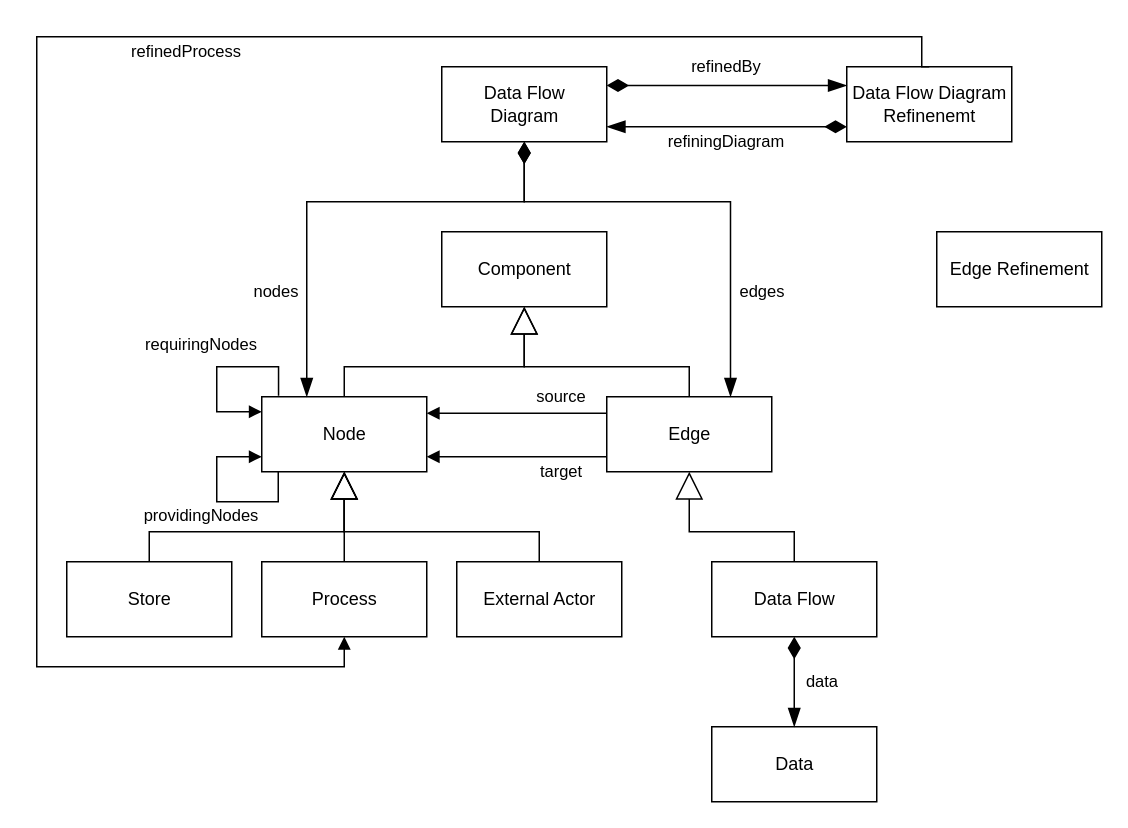
This is page "Seite-5" (5 of 5) of presentation/mm01.drawio from FluidTrust/Palladio-Supporting-DataFlowDiagram, a draw.io file, before an edit. Source tidied: cells renumbered, new cells numbered last; positions are measured from the earlier drawing's top-left corner, leaving out a move shared by most shapes. Both pictures are drawn from the tidied source at 150%, with x=0, y=0 at pixel (36, 36).
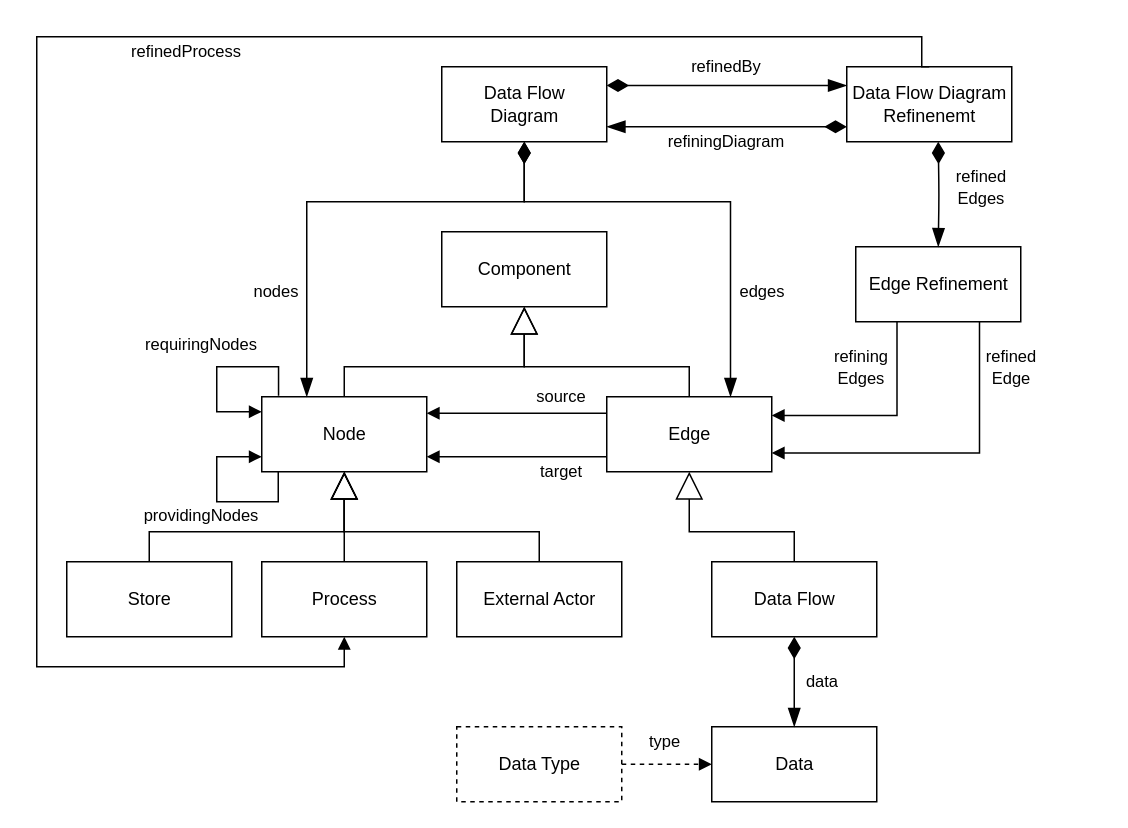
After the change.

Unchanged cells that the change refers to:
```xml
<mxCell id="9" value="Edge" style="html=1;" parent="1" vertex="1">
  <mxGeometry x="380" y="240" width="110" height="50" as="geometry" />
</mxCell>
```

Diff of the diagram source:
```diff
@@
     <mxCell id="38" value="Edge Refinement" style="html=1;" parent="1" vertex="1">
-      <mxGeometry x="600" y="130" width="110" height="50" as="geometry" />
+      <mxGeometry x="546" y="140" width="110" height="50" as="geometry" />
     </mxCell>
+    <mxCell id="39" style="group;" parent="1" vertex="1">
+      <mxGeometry x="280" y="460" width="159" height="50" as="geometry" />
+    </mxCell>
+    <mxCell id="40" value="Data Type" style="html=1;dashed=1;" parent="39" vertex="1">
+      <mxGeometry width="110" height="50" as="geometry" />
+    </mxCell>
+    <mxCell id="41" style="endArrow=block;endFill=1;html=1;edgeStyle=orthogonalEdgeStyle;align=left;verticalAlign=top;exitX=1;exitY=0.5;exitDx=0;exitDy=0;jumpStyle=none;dashed=1;" parent="39" edge="1" source="40">
+      <mxGeometry x="-0.17" y="-21" relative="1" as="geometry">
+        <mxPoint x="170" y="25" as="targetPoint" />
+      </mxGeometry>
+    </mxCell>
+    <mxCell id="42" value="&lt;font style=&quot;font-size: 11px&quot;&gt;type&lt;/font&gt;" style="text;html=1;strokeColor=none;fillColor=none;align=center;verticalAlign=middle;whiteSpace=wrap;rounded=0;" parent="39" vertex="1">
+      <mxGeometry x="119" width="40" height="20" as="geometry" />
+    </mxCell>
+    <mxCell id="43" style="endArrow=blockThin;html=1;endSize=10;startArrow=diamondThin;startSize=12;startFill=1;edgeStyle=orthogonalEdgeStyle;align=left;verticalAlign=bottom;exitX=0.5;exitY=1;exitDx=0;exitDy=0;entryX=0.5;entryY=0;entryDx=0;entryDy=0;endFill=1;" parent="1" edge="1" target="38">
+      <mxGeometry x="-1" y="3" relative="1" as="geometry">
+        <mxPoint x="601" y="70" as="sourcePoint" />
+      </mxGeometry>
+    </mxCell>
+    <mxCell id="44" value="&lt;font style=&quot;font-size: 11px&quot;&gt;refined Edges&lt;/font&gt;" style="text;html=1;strokeColor=none;fillColor=none;align=center;verticalAlign=middle;whiteSpace=wrap;rounded=0;" parent="1" vertex="1">
+      <mxGeometry x="600" y="90" width="60" height="20" as="geometry" />
+    </mxCell>
+    <mxCell id="45" style="endArrow=block;endFill=1;html=1;edgeStyle=orthogonalEdgeStyle;align=left;verticalAlign=top;exitX=0.25;exitY=1;exitDx=0;exitDy=0;entryX=1;entryY=0.25;entryDx=0;entryDy=0;rounded=0;" parent="1" edge="1" source="38" target="9">
+      <mxGeometry x="-0.17" y="-21" relative="1" as="geometry" />
+    </mxCell>
+    <mxCell id="46" style="endArrow=block;endFill=1;html=1;edgeStyle=orthogonalEdgeStyle;align=left;verticalAlign=top;exitX=0.75;exitY=1;exitDx=0;exitDy=0;entryX=1;entryY=0.75;entryDx=0;entryDy=0;rounded=0;" parent="1" edge="1" source="38" target="9">
+      <mxGeometry x="-0.17" y="-21" relative="1" as="geometry" />
+    </mxCell>
+    <mxCell id="47" value="&lt;font style=&quot;font-size: 11px&quot;&gt;refining Edges&lt;/font&gt;" style="text;html=1;strokeColor=none;fillColor=none;align=center;verticalAlign=middle;whiteSpace=wrap;rounded=0;" parent="1" vertex="1">
+      <mxGeometry x="530" y="210" width="40" height="20" as="geometry" />
+    </mxCell>
+    <mxCell id="48" value="&lt;font style=&quot;font-size: 11px&quot;&gt;refined Edge&lt;/font&gt;" style="text;html=1;strokeColor=none;fillColor=none;align=center;verticalAlign=middle;whiteSpace=wrap;rounded=0;" parent="1" vertex="1">
+      <mxGeometry x="630" y="210" width="40" height="20" as="geometry" />
+    </mxCell>
```
